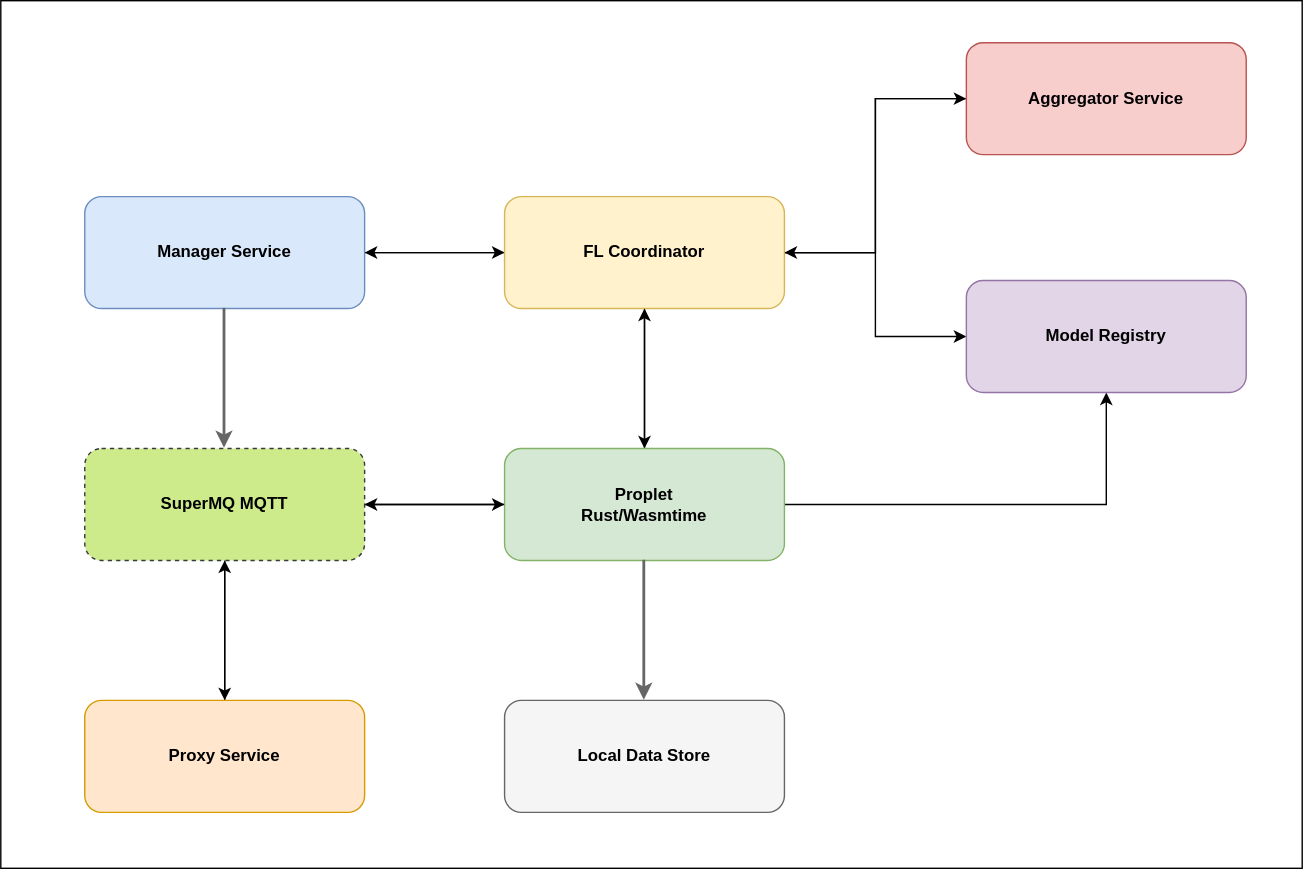
The draw.io diagram content/docs/images/fml/federated-ml-architecture.svg in absmach/propeller-website, before a commit. Source tidied: cells renumbered, new cells last; positions are measured from the earlier drawing's top-left corner, leaving out a move shared by most shapes.
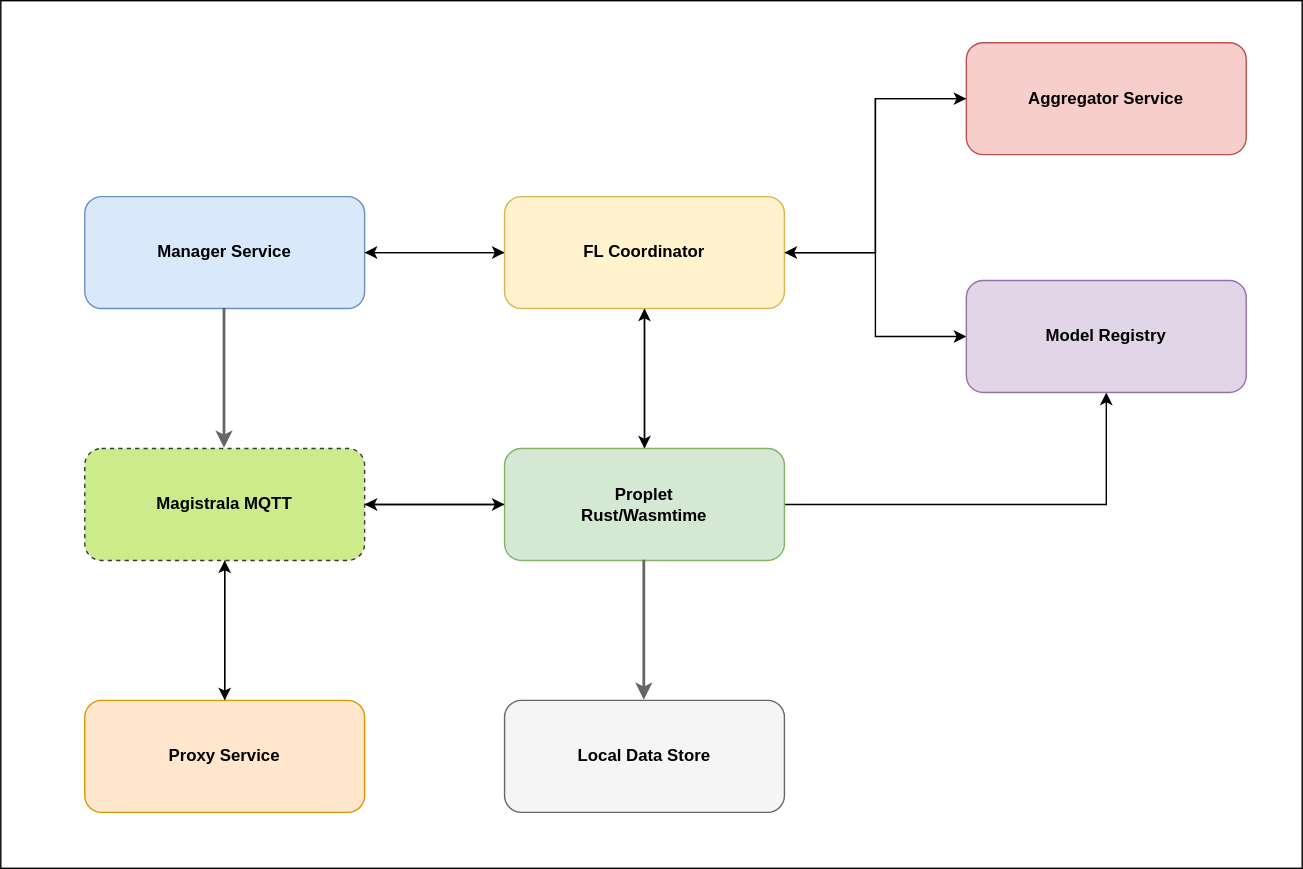
Above is the later version.

The edit, as a diff of the source:
```diff
@@ -56,7 +56,7 @@
     <mxCell id="17" style="edgeStyle=orthogonalEdgeStyle;rounded=0;jettySize=auto;html=1;entryX=0;entryY=0.5;entryDx=0;entryDy=0;" parent="1" edge="1" source="18" target="15">
       <mxGeometry relative="1" as="geometry" />
     </mxCell>
-    <mxCell id="18" value="SuperMQ MQTT" style="rounded=1;whiteSpace=wrap;html=1;fillColor=#cdeb8b;strokeColor=#36393d;fontSize=12;fontStyle=1;dashed=1;" parent="1" vertex="1">
+    <mxCell id="18" value="Magistrala MQTT" style="rounded=1;whiteSpace=wrap;html=1;fillColor=#cdeb8b;strokeColor=#36393d;fontSize=12;fontStyle=1;dashed=1;" parent="1" vertex="1">
       <mxGeometry x="60" y="320" width="200" height="80" as="geometry" />
     </mxCell>
     <mxCell id="19" style="edgeStyle=orthogonalEdgeStyle;rounded=0;jettySize=auto;html=1;" parent="1" edge="1" source="20">
```
